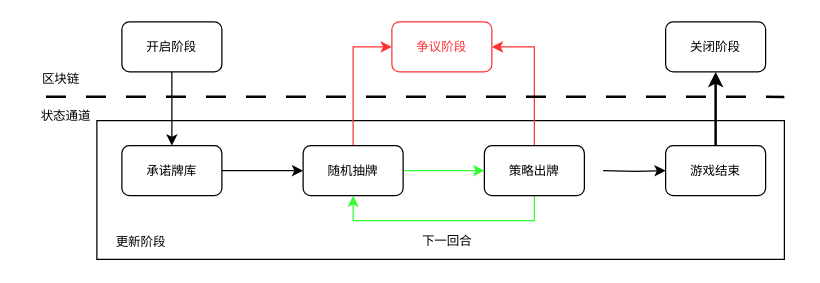
Above: Untitled Diagram.drawio in Liujunxin98/monopoly (draw.io), before the change. Source tidied: cells renumbered, new cells numbered last; positions are measured from the earlier drawing's top-left corner, leaving out a move shared by most shapes. Both pictures are drawn from the tidied source at 125%, with x=0, y=0 at pixel (21, 21).
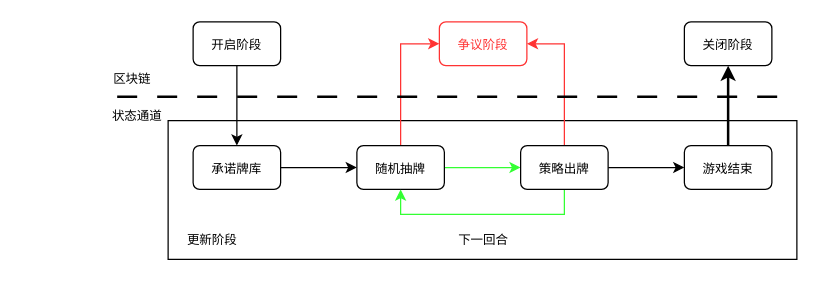
The same page after the edit.

Diff of the diagram source:
```diff
@@
     <mxCell id="2" style="rounded=0;whiteSpace=wrap;html=1;fontFamily=宋体;fontSize=10;" parent="1" vertex="1">
-      <mxGeometry x="60" y="79" width="550" height="111" as="geometry" />
+      <mxGeometry x="117" y="79" width="503" height="111" as="geometry" />
     </mxCell>
@@
     <mxCell id="4" value="承诺牌库" style="rounded=1;whiteSpace=wrap;html=1;labelBackgroundColor=none;fontFamily=宋体;fontSize=10;" parent="1" vertex="1">
-      <mxGeometry x="80" y="99" width="80" height="40" as="geometry" />
+      <mxGeometry x="137" y="99" width="70" height="35" as="geometry" />
     </mxCell>
@@
     <mxCell id="7" value="随机抽牌" style="rounded=1;whiteSpace=wrap;html=1;labelBackgroundColor=none;fontFamily=宋体;fontSize=10;" parent="1" vertex="1">
-      <mxGeometry x="225" y="99" width="80" height="40" as="geometry" />
+      <mxGeometry x="268" y="99" width="70" height="35" as="geometry" />
     </mxCell>
-    <mxCell id="8" style="edgeStyle=orthogonalEdgeStyle;rounded=0;jettySize=auto;html=1;strokeWidth=1;fontFamily=宋体;fontSize=10;" parent="1" edge="1" target="13">
-      <mxGeometry relative="1" as="geometry">
-        <mxPoint x="465" y="119" as="sourcePoint" />
-      </mxGeometry>
+    <mxCell id="8" style="edgeStyle=orthogonalEdgeStyle;rounded=0;jettySize=auto;html=1;strokeWidth=1;fontFamily=宋体;fontSize=10;exitX=1;exitY=0.5;exitDx=0;exitDy=0;" parent="1" edge="1" source="11" target="13">
+      <mxGeometry relative="1" as="geometry" />
     </mxCell>
@@
     <mxCell id="11" value="策略出牌" style="rounded=1;whiteSpace=wrap;html=1;labelBackgroundColor=none;fontFamily=宋体;fontSize=10;" parent="1" vertex="1">
-      <mxGeometry x="370" y="99" width="80" height="40" as="geometry" />
+      <mxGeometry x="399" y="99" width="70" height="35" as="geometry" />
     </mxCell>
@@
     <mxCell id="13" value="游戏结束" style="rounded=1;whiteSpace=wrap;html=1;labelBackgroundColor=none;fontFamily=宋体;fontSize=10;" parent="1" vertex="1">
-      <mxGeometry x="515" y="99" width="80" height="40" as="geometry" />
+      <mxGeometry x="530" y="99" width="70" height="35" as="geometry" />
     </mxCell>
@@
     <mxCell id="15" value="&lt;h1 style=&quot;font-size: 10px;&quot;&gt;&lt;span style=&quot;font-weight: normal;&quot;&gt;开启阶段&lt;/span&gt;&lt;/h1&gt;" style="rounded=1;whiteSpace=wrap;html=1;labelBackgroundColor=none;fontFamily=宋体;fontSize=10;fontStyle=0;flipH=1;" parent="1" vertex="1">
-      <mxGeometry x="80" width="80" height="40" as="geometry" />
+      <mxGeometry x="137" width="70" height="35" as="geometry" />
     </mxCell>
     <mxCell id="16" value="&lt;font color=&quot;#ff3333&quot;&gt;争议阶段&lt;/font&gt;" style="rounded=1;whiteSpace=wrap;html=1;labelBackgroundColor=none;fontFamily=宋体;fontSize=10;flipH=1;strokeColor=#FF3333;" parent="1" vertex="1">
-      <mxGeometry x="296" width="80" height="40" as="geometry" />
+      <mxGeometry x="334" width="70" height="35" as="geometry" />
     </mxCell>
     <mxCell id="17" value="关闭阶段" style="rounded=1;whiteSpace=wrap;html=1;labelBackgroundColor=none;fontFamily=宋体;fontSize=10;flipH=1;" parent="1" vertex="1">
-      <mxGeometry x="515" width="80" height="40" as="geometry" />
+      <mxGeometry x="530" width="70" height="35" as="geometry" />
     </mxCell>
     <mxCell id="18" style="endArrow=none;dashed=1;html=1;rounded=0;fontFamily=宋体;fontSize=10;dashPattern=8 8;strokeWidth=2;exitX=0.275;exitY=-0.003;exitDx=0;exitDy=0;exitPerimeter=0;" parent="1" edge="1" source="20">
       <mxGeometry relative="1" as="geometry">
-        <mxPoint x="610" y="60" as="targetPoint" />
+        <mxPoint x="620" y="60" as="targetPoint" />
       </mxGeometry>
     </mxCell>
     <mxCell id="19" value="区块链" style="text;html=1;align=center;verticalAlign=middle;strokeColor=none;fillColor=none;fontSize=10;fontFamily=宋体;" parent="1" vertex="1">
-      <mxGeometry x="1" y="30" width="60" height="30" as="geometry" />
+      <mxGeometry x="58" y="30" width="60" height="30" as="geometry" />
     </mxCell>
     <mxCell id="20" value="状态通道" style="text;html=1;align=center;verticalAlign=middle;points=[];strokeColor=none;fillColor=none;fontSize=10;fontFamily=宋体;" parent="1" vertex="1">
-      <mxGeometry y="60" width="70" height="30" as="geometry" />
+      <mxGeometry x="57" y="60" width="70" height="30" as="geometry" />
     </mxCell>
     <mxCell id="21" value="更新阶段" style="text;html=1;align=center;verticalAlign=middle;strokeColor=none;fillColor=none;fontSize=10;fontFamily=宋体;" parent="1" vertex="1">
-      <mxGeometry x="60" y="161" width="70" height="30" as="geometry" />
+      <mxGeometry x="117" y="159" width="70" height="30" as="geometry" />
     </mxCell>
-    <mxCell id="22" value="下一回合" style="text;html=1;align=center;verticalAlign=middle;strokeColor=none;fillColor=none;fontSize=10;fontFamily=宋体;" parent="1" vertex="1">
-      <mxGeometry x="305" y="160" width="70" height="30" as="geometry" />
+    <mxCell id="22" value="下一回合" style="text;html=1;align=center;verticalAlign=middle;strokeColor=none;fillColor=none;fontSize=10;fontFamily=宋体;fontColor=#000000;" parent="1" vertex="1">
+      <mxGeometry x="334" y="159" width="70" height="30" as="geometry" />
     </mxCell>
```
